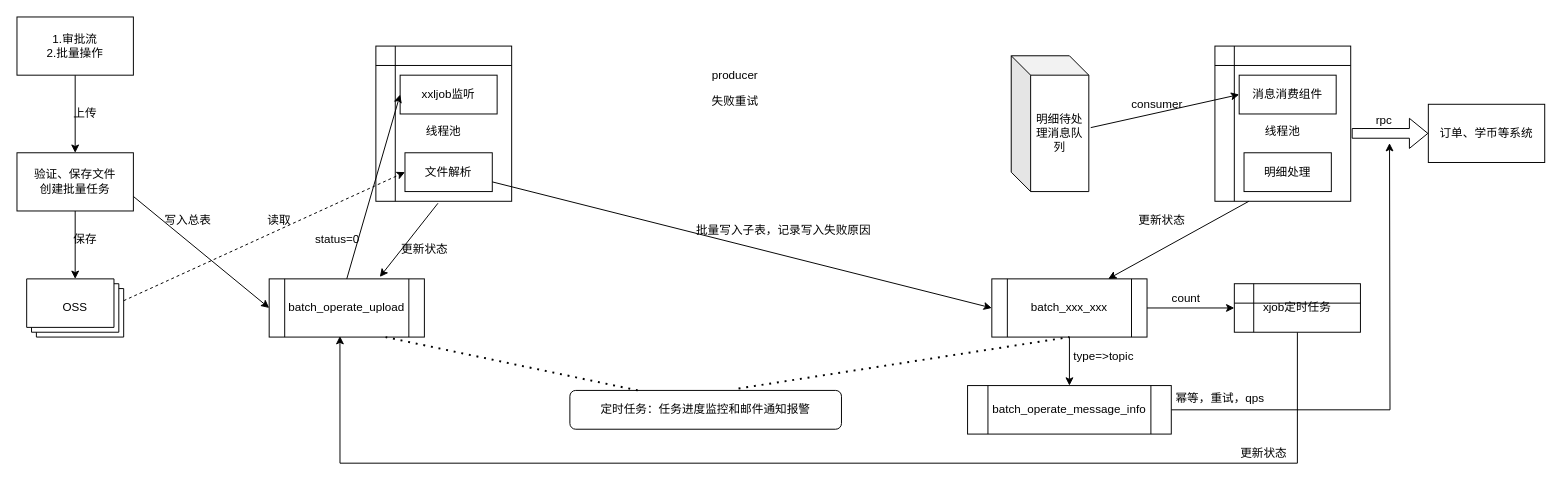
mirai3zZ/mojito keeps this draw.io diagram as batch_operate_upload.drawio. Above is the earlier version. Source tidied: cells renumbered, new cells numbered last; positions are measured from the earlier drawing's top-left corner, leaving out a move shared by most shapes. Both pictures are drawn from the tidied source at 97%, with x=0, y=0 at pixel (16, 16).
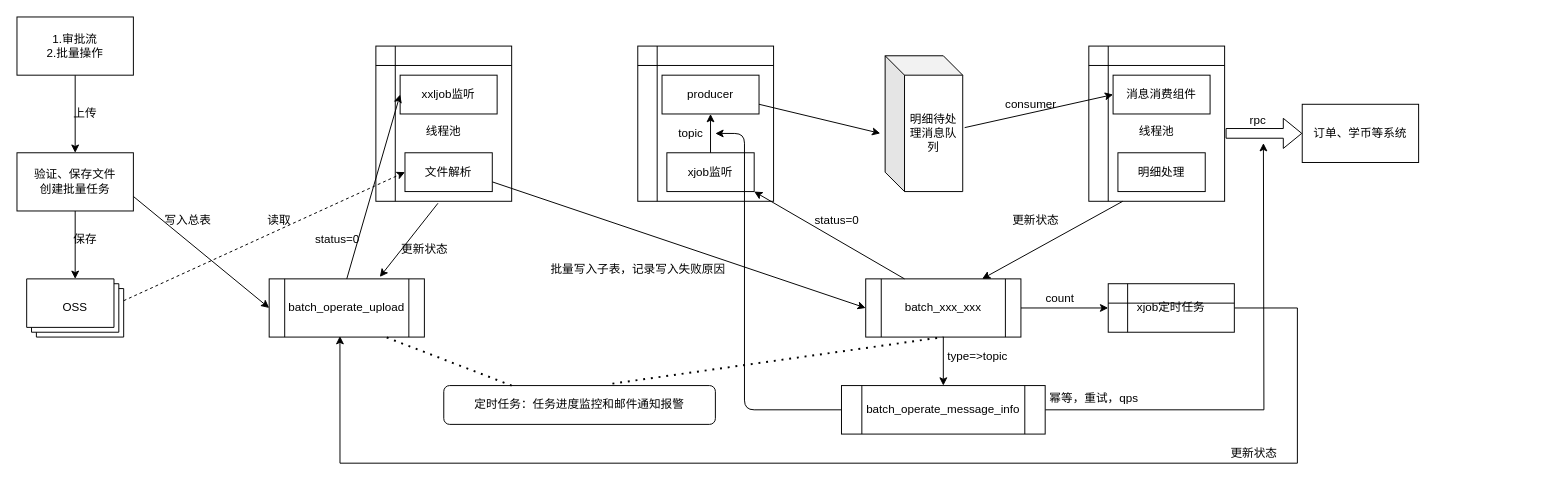
The same page after the edit.

Diff of the diagram source:
```diff
@@
     <mxCell id="21" value="明细待处理消息队列" style="shape=cube;whiteSpace=wrap;html=1;boundedLbl=1;backgroundOutline=1;darkOpacity=0.05;darkOpacity2=0.1;" parent="1" vertex="1">
-      <mxGeometry x="1025" y="40" width="80" height="140" as="geometry" />
+      <mxGeometry x="895" y="40" width="80" height="140" as="geometry" />
     </mxCell>
-    <mxCell id="22" value="producer" style="text;html=1;align=center;verticalAlign=middle;points=[];" parent="1" vertex="1">
-      <mxGeometry x="710" y="50" width="60" height="20" as="geometry" />
-    </mxCell>
     <mxCell id="23" value="&lt;br&gt;线程池&lt;br&gt;" style="shape=internalStorage;whiteSpace=wrap;html=1;backgroundOutline=1;" parent="1" vertex="1">
-      <mxGeometry x="1235" y="30" width="140" height="160" as="geometry" />
+      <mxGeometry x="1105" y="30" width="140" height="160" as="geometry" />
     </mxCell>
     <mxCell id="24" value="&lt;span&gt;消息消费组件&lt;/span&gt;" style="rounded=0;whiteSpace=wrap;html=1;" parent="1" vertex="1">
-      <mxGeometry x="1260" y="60" width="100" height="40" as="geometry" />
+      <mxGeometry x="1130" y="60" width="100" height="40" as="geometry" />
     </mxCell>
     <mxCell id="25" value="明细处理" style="rounded=0;whiteSpace=wrap;html=1;" parent="1" vertex="1">
-      <mxGeometry x="1265" y="140" width="90" height="40" as="geometry" />
+      <mxGeometry x="1135" y="140" width="90" height="40" as="geometry" />
     </mxCell>
@@
     <mxCell id="27" value="consumer" style="text;html=1;align=center;verticalAlign=middle;" parent="1" vertex="1">
-      <mxGeometry x="1140" y="80" width="70" height="20" as="geometry" />
+      <mxGeometry x="1010" y="80" width="70" height="20" as="geometry" />
     </mxCell>
@@
     <mxCell id="30" value="batch_xxx_xxx" style="shape=process;whiteSpace=wrap;html=1;backgroundOutline=1;" parent="1" vertex="1">
-      <mxGeometry x="1005" y="270" width="160" height="60" as="geometry" />
+      <mxGeometry x="875" y="270" width="160" height="60" as="geometry" />
     </mxCell>
     <mxCell id="31" value="批量写入子表，记录写入失败原因" style="text;html=1;align=center;verticalAlign=middle;" parent="1" vertex="1">
-      <mxGeometry x="690" y="210" width="200" height="20" as="geometry" />
+      <mxGeometry x="540" y="250" width="200" height="20" as="geometry" />
     </mxCell>
@@
     <mxCell id="33" value="更新状态" style="text;html=1;align=center;verticalAlign=middle;" parent="1" vertex="1">
-      <mxGeometry x="1150" y="200" width="60" height="20" as="geometry" />
+      <mxGeometry x="1020" y="200" width="60" height="20" as="geometry" />
     </mxCell>
     <mxCell id="34" value="更新状态" style="text;html=1;align=center;verticalAlign=middle;" parent="1" vertex="1">
-      <mxGeometry x="1255" y="440" width="60" height="20" as="geometry" />
+      <mxGeometry x="1245" y="440" width="60" height="20" as="geometry" />
     </mxCell>
     <mxCell id="35" value="定时任务：任务进度监控和邮件通知报警" style="rounded=1;whiteSpace=wrap;html=1;" parent="1" vertex="1">
-      <mxGeometry x="570" y="385" width="280" height="40" as="geometry" />
+      <mxGeometry x="440" y="380" width="280" height="40" as="geometry" />
     </mxCell>
@@
     <mxCell id="40" value="xjob定时任务" style="shape=internalStorage;whiteSpace=wrap;html=1;backgroundOutline=1;" parent="1" vertex="1">
-      <mxGeometry x="1255" y="275" width="130" height="50" as="geometry" />
+      <mxGeometry x="1125" y="275" width="130" height="50" as="geometry" />
     </mxCell>
     <mxCell id="41" value="count" style="text;html=1;align=center;verticalAlign=middle;" parent="1" vertex="1">
-      <mxGeometry x="1185" y="280" width="40" height="20" as="geometry" />
+      <mxGeometry x="1055" y="280" width="40" height="20" as="geometry" />
     </mxCell>
     <mxCell id="42" style="edgeStyle=orthogonalEdgeStyle;rounded=0;jettySize=auto;html=1;" parent="1" edge="1" source="43">
       <mxGeometry relative="1" as="geometry">
-        <mxPoint x="1415" y="130" as="targetPoint" />
+        <mxPoint x="1285" y="130" as="targetPoint" />
       </mxGeometry>
     </mxCell>
     <mxCell id="43" value="batch_operate_message_info" style="shape=process;whiteSpace=wrap;html=1;backgroundOutline=1;" parent="1" vertex="1">
-      <mxGeometry x="980" y="380" width="210" height="50" as="geometry" />
+      <mxGeometry x="850" y="380" width="210" height="50" as="geometry" />
     </mxCell>
     <mxCell id="44" value="type=&amp;gt;topic" style="text;html=1;align=center;verticalAlign=middle;" parent="1" vertex="1">
-      <mxGeometry x="1080" y="340" width="80" height="20" as="geometry" />
+      <mxGeometry x="950" y="340" width="80" height="20" as="geometry" />
     </mxCell>
     <mxCell id="45" value="订单、学币等系统" style="rounded=0;whiteSpace=wrap;html=1;" parent="1" vertex="1">
-      <mxGeometry x="1455" y="90" width="120" height="60" as="geometry" />
+      <mxGeometry x="1325" y="90" width="120" height="60" as="geometry" />
     </mxCell>
     <mxCell id="46" style="shape=flexArrow;endArrow=classic;html=1;entryX=0;entryY=0.5;entryDx=0;entryDy=0;" parent="1" edge="1" target="45">
       <mxGeometry relative="1" as="geometry">
-        <mxPoint x="1376" y="120" as="sourcePoint" />
+        <mxPoint x="1246" y="120" as="sourcePoint" />
       </mxGeometry>
     </mxCell>
     <mxCell id="47" value="rpc" style="text;html=1;align=center;verticalAlign=middle;" parent="1" vertex="1">
-      <mxGeometry x="1394" y="97" width="30" height="20" as="geometry" />
+      <mxGeometry x="1264" y="97" width="30" height="20" as="geometry" />
     </mxCell>
-    <mxCell id="48" value="失败重试" style="text;html=1;align=center;verticalAlign=middle;" parent="1" vertex="1">
-      <mxGeometry x="710" y="77" width="60" height="20" as="geometry" />
-    </mxCell>
     <mxCell id="49" value="幂等，重试，qps" style="text;html=1;align=center;verticalAlign=middle;" parent="1" vertex="1">
-      <mxGeometry x="1185" y="383" width="110" height="20" as="geometry" />
+      <mxGeometry x="1055" y="383" width="110" height="20" as="geometry" />
     </mxCell>
@@
+    <mxCell id="51" style="shape=internalStorage;whiteSpace=wrap;html=1;backgroundOutline=1;" parent="1" vertex="1">
+      <mxGeometry x="640" y="30" width="140" height="160" as="geometry" />
+    </mxCell>
+    <mxCell id="22" value="&lt;span&gt;producer&lt;/span&gt;" style="rounded=0;whiteSpace=wrap;html=1;" parent="1" vertex="1">
+      <mxGeometry x="665" y="60" width="100" height="40" as="geometry" />
+    </mxCell>
+    <mxCell id="52" value="xjob监听" style="rounded=0;whiteSpace=wrap;html=1;" parent="1" vertex="1">
+      <mxGeometry x="670" y="140" width="90" height="40" as="geometry" />
+    </mxCell>
+    <mxCell id="53" style="endArrow=classic;html=1;exitX=0.25;exitY=0;exitDx=0;exitDy=0;entryX=1;entryY=1;entryDx=0;entryDy=0;" parent="1" edge="1" source="30" target="52">
+      <mxGeometry relative="1" as="geometry" />
+    </mxCell>
+    <mxCell id="54" style="endArrow=classic;html=1;exitX=1;exitY=0.75;exitDx=0;exitDy=0;" parent="1" edge="1" source="22">
+      <mxGeometry relative="1" as="geometry">
+        <mxPoint x="890" y="120" as="targetPoint" />
+      </mxGeometry>
+    </mxCell>
+    <mxCell id="55" value="status=0" style="text;html=1;align=center;verticalAlign=middle;" parent="1" vertex="1">
+      <mxGeometry x="815" y="200" width="60" height="20" as="geometry" />
+    </mxCell>
+    <mxCell id="56" style="endArrow=classic;html=1;exitX=0.5;exitY=0;exitDx=0;exitDy=0;" parent="1" edge="1" source="52" target="22">
+      <mxGeometry relative="1" as="geometry" />
+    </mxCell>
+    <mxCell id="57" style="endArrow=classic;html=1;exitX=0;exitY=0.5;exitDx=0;exitDy=0;entryX=0.571;entryY=0.563;entryDx=0;entryDy=0;entryPerimeter=0;edgeStyle=orthogonalEdgeStyle;" parent="1" edge="1" source="43" target="51">
+      <mxGeometry relative="1" as="geometry">
+        <Array as="points">
+          <mxPoint x="750" y="405" />
+          <mxPoint x="750" y="120" />
+        </Array>
+      </mxGeometry>
+    </mxCell>
+    <mxCell id="58" value="topic" style="text;html=1;strokeColor=none;fillColor=none;align=center;verticalAlign=middle;whiteSpace=wrap;rounded=0;" parent="1" vertex="1">
+      <mxGeometry x="675" y="110" width="40" height="20" as="geometry" />
+    </mxCell>
```
